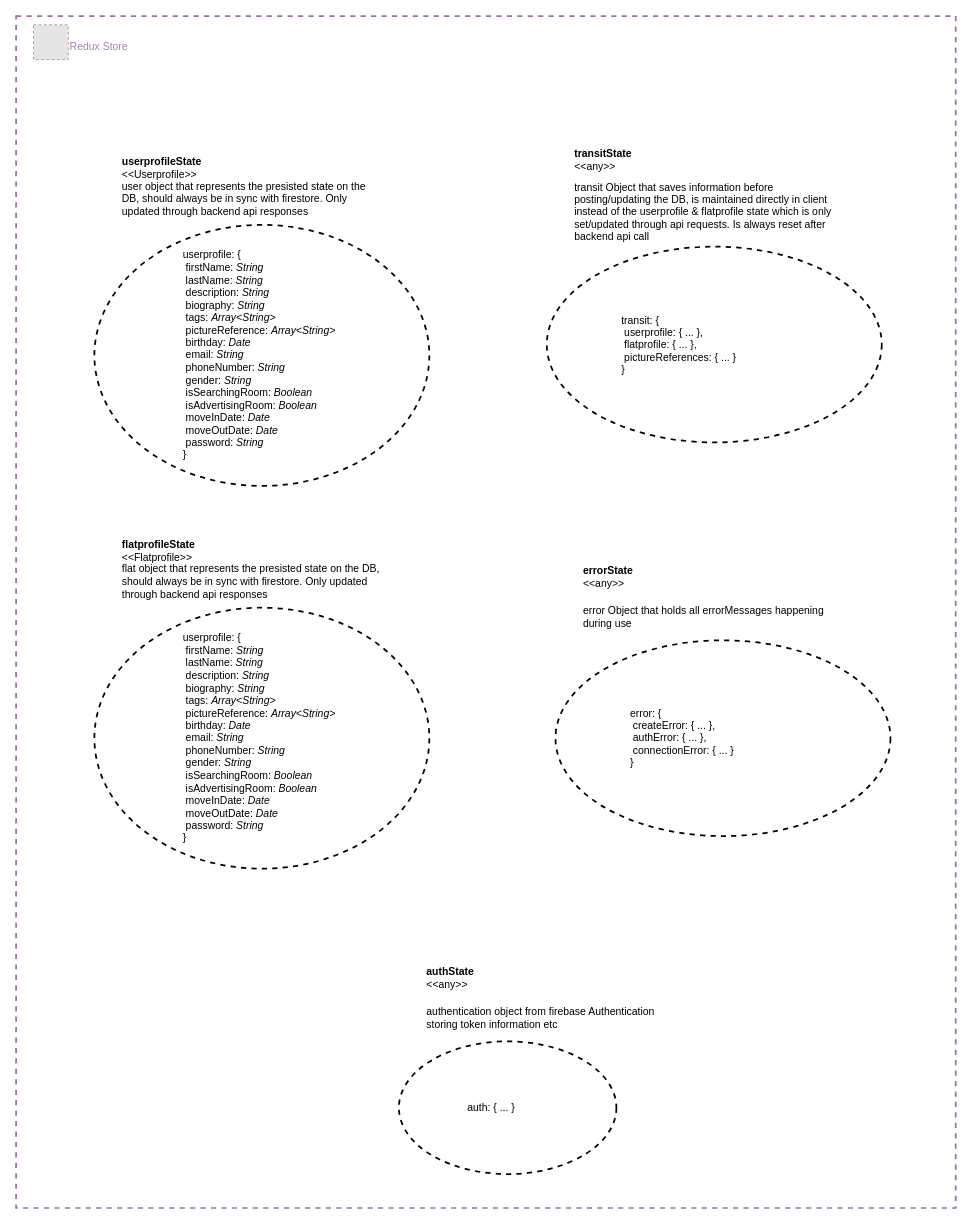
This is diagrams/reduxStore.drawio from sopra-fs22-group-21/roomeight, a draw.io file, before an edit. Source tidied: cells renumbered, new cells numbered last; positions are measured from the earlier drawing's top-left corner, leaving out a move shared by most shapes. Both pictures are drawn from the tidied source at 87%, with x=0, y=0 at pixel (16, 16). Pictures stored in the file or linked from it are replaced by grey dashed boxes.
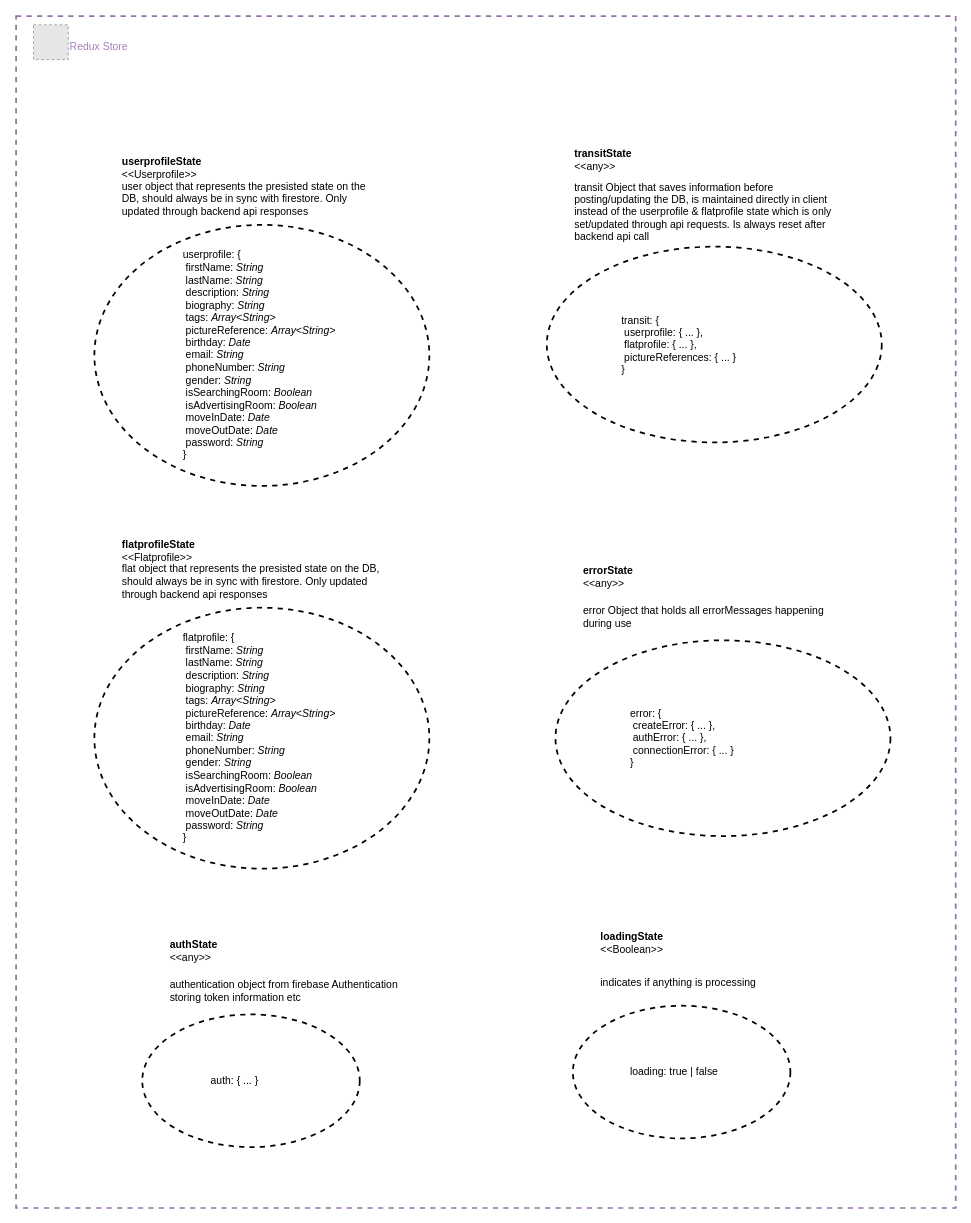
The same page after the edit.

The edit, as a diff of the source:
```diff
@@
-    <mxCell id="13" value="&lt;div align=&quot;left&quot;&gt;userprofile: {&lt;span&gt;&lt;/span&gt;&lt;br&gt;&lt;/div&gt;&lt;div align=&quot;left&quot;&gt;&lt;span style=&quot;white-space: pre&quot;&gt; &lt;/span&gt;firstName: &lt;i&gt;String&lt;/i&gt;&lt;/div&gt;&lt;div align=&quot;left&quot;&gt;&lt;span style=&quot;white-space: pre&quot;&gt; &lt;/span&gt;lastName: &lt;i&gt;String&lt;span&gt;&lt;/span&gt;&lt;/i&gt;&lt;br&gt;&lt;/div&gt;&lt;div align=&quot;left&quot;&gt;&lt;span style=&quot;white-space: pre&quot;&gt; &lt;/span&gt;description: &lt;i&gt;String&lt;/i&gt;&lt;/div&gt;&lt;div align=&quot;left&quot;&gt;&lt;span style=&quot;white-space: pre&quot;&gt; &lt;/span&gt;biography: &lt;i&gt;String&lt;/i&gt;&lt;/div&gt;&lt;div align=&quot;left&quot;&gt;&lt;span style=&quot;white-space: pre&quot;&gt; &lt;/span&gt;tags: &lt;i&gt;Array&amp;lt;String&amp;gt;&lt;/i&gt;&lt;/div&gt;&lt;div align=&quot;left&quot;&gt;&lt;span style=&quot;white-space: pre&quot;&gt; &lt;/span&gt;pictureReference: &lt;i&gt;Array&amp;lt;String&amp;gt;&lt;/i&gt;&lt;/div&gt;&lt;div align=&quot;left&quot;&gt;&lt;span style=&quot;white-space: pre&quot;&gt; &lt;/span&gt;birthday: &lt;i&gt;Date&lt;/i&gt;&lt;/div&gt;&lt;div align=&quot;left&quot;&gt;&lt;span style=&quot;white-space: pre&quot;&gt; &lt;/span&gt;email: &lt;i&gt;String&lt;/i&gt;&lt;/div&gt;&lt;div align=&quot;left&quot;&gt;&lt;span style=&quot;white-space: pre&quot;&gt; &lt;/span&gt;phoneNumber: &lt;i&gt;String&lt;/i&gt;&lt;/div&gt;&lt;div align=&quot;left&quot;&gt;&lt;span style=&quot;white-space: pre&quot;&gt; &lt;/span&gt;gender: &lt;i&gt;String&lt;/i&gt;&lt;/div&gt;&lt;div align=&quot;left&quot;&gt;&lt;span style=&quot;white-space: pre&quot;&gt; &lt;/span&gt;isSearchingRoom: &lt;i&gt;Boolean&lt;/i&gt;&lt;/div&gt;&lt;div align=&quot;left&quot;&gt;&lt;span style=&quot;white-space: pre&quot;&gt; &lt;/span&gt;isAdvertisingRoom: &lt;i&gt;Boolean&lt;/i&gt;&lt;/div&gt;&lt;div align=&quot;left&quot;&gt;&lt;span style=&quot;white-space: pre&quot;&gt; &lt;/span&gt;moveInDate: &lt;i&gt;Date&lt;/i&gt;&lt;/div&gt;&lt;div align=&quot;left&quot;&gt;&lt;span style=&quot;white-space: pre&quot;&gt; &lt;/span&gt;moveOutDate: &lt;i&gt;Date&lt;/i&gt;&lt;/div&gt;&lt;div align=&quot;left&quot;&gt;&lt;span style=&quot;white-space: pre&quot;&gt; &lt;/span&gt;password: &lt;i&gt;String&lt;/i&gt;&lt;br&gt;&lt;/div&gt;&lt;div align=&quot;left&quot;&gt;}&lt;/div&gt;" style="text;html=1;strokeColor=none;fillColor=none;align=left;verticalAlign=middle;whiteSpace=wrap;rounded=0;dashed=1;fontColor=#000000;" parent="1" vertex="1">
+    <mxCell id="13" value="&lt;div align=&quot;left&quot;&gt;flatprofile: {&lt;span&gt;&lt;/span&gt;&lt;br&gt;&lt;/div&gt;&lt;div align=&quot;left&quot;&gt;&lt;span style=&quot;white-space: pre&quot;&gt; &lt;/span&gt;firstName: &lt;i&gt;String&lt;/i&gt;&lt;/div&gt;&lt;div align=&quot;left&quot;&gt;&lt;span style=&quot;white-space: pre&quot;&gt; &lt;/span&gt;lastName: &lt;i&gt;String&lt;span&gt;&lt;/span&gt;&lt;/i&gt;&lt;br&gt;&lt;/div&gt;&lt;div align=&quot;left&quot;&gt;&lt;span style=&quot;white-space: pre&quot;&gt; &lt;/span&gt;description: &lt;i&gt;String&lt;/i&gt;&lt;/div&gt;&lt;div align=&quot;left&quot;&gt;&lt;span style=&quot;white-space: pre&quot;&gt; &lt;/span&gt;biography: &lt;i&gt;String&lt;/i&gt;&lt;/div&gt;&lt;div align=&quot;left&quot;&gt;&lt;span style=&quot;white-space: pre&quot;&gt; &lt;/span&gt;tags: &lt;i&gt;Array&amp;lt;String&amp;gt;&lt;/i&gt;&lt;/div&gt;&lt;div align=&quot;left&quot;&gt;&lt;span style=&quot;white-space: pre&quot;&gt; &lt;/span&gt;pictureReference: &lt;i&gt;Array&amp;lt;String&amp;gt;&lt;/i&gt;&lt;/div&gt;&lt;div align=&quot;left&quot;&gt;&lt;span style=&quot;white-space: pre&quot;&gt; &lt;/span&gt;birthday: &lt;i&gt;Date&lt;/i&gt;&lt;/div&gt;&lt;div align=&quot;left&quot;&gt;&lt;span style=&quot;white-space: pre&quot;&gt; &lt;/span&gt;email: &lt;i&gt;String&lt;/i&gt;&lt;/div&gt;&lt;div align=&quot;left&quot;&gt;&lt;span style=&quot;white-space: pre&quot;&gt; &lt;/span&gt;phoneNumber: &lt;i&gt;String&lt;/i&gt;&lt;/div&gt;&lt;div align=&quot;left&quot;&gt;&lt;span style=&quot;white-space: pre&quot;&gt; &lt;/span&gt;gender: &lt;i&gt;String&lt;/i&gt;&lt;/div&gt;&lt;div align=&quot;left&quot;&gt;&lt;span style=&quot;white-space: pre&quot;&gt; &lt;/span&gt;isSearchingRoom: &lt;i&gt;Boolean&lt;/i&gt;&lt;/div&gt;&lt;div align=&quot;left&quot;&gt;&lt;span style=&quot;white-space: pre&quot;&gt; &lt;/span&gt;isAdvertisingRoom: &lt;i&gt;Boolean&lt;/i&gt;&lt;/div&gt;&lt;div align=&quot;left&quot;&gt;&lt;span style=&quot;white-space: pre&quot;&gt; &lt;/span&gt;moveInDate: &lt;i&gt;Date&lt;/i&gt;&lt;/div&gt;&lt;div align=&quot;left&quot;&gt;&lt;span style=&quot;white-space: pre&quot;&gt; &lt;/span&gt;moveOutDate: &lt;i&gt;Date&lt;/i&gt;&lt;/div&gt;&lt;div align=&quot;left&quot;&gt;&lt;span style=&quot;white-space: pre&quot;&gt; &lt;/span&gt;password: &lt;i&gt;String&lt;/i&gt;&lt;br&gt;&lt;/div&gt;&lt;div align=&quot;left&quot;&gt;}&lt;/div&gt;" style="text;html=1;strokeColor=none;fillColor=none;align=left;verticalAlign=middle;whiteSpace=wrap;rounded=0;dashed=1;fontColor=#000000;" parent="1" vertex="1">
       <mxGeometry x="190" y="680" width="220" height="300" as="geometry" />
     </mxCell>
@@
     <mxCell id="21" value="&lt;div align=&quot;left&quot;&gt;&lt;b&gt;authState&lt;/b&gt;&lt;/div&gt;&lt;div align=&quot;left&quot;&gt;&amp;lt;&amp;lt;any&amp;gt;&amp;gt;&lt;br&gt;&lt;/div&gt;" style="text;html=1;strokeColor=none;fillColor=none;align=left;verticalAlign=middle;whiteSpace=wrap;rounded=0;dashed=1;fontColor=#000000;" parent="1" vertex="1">
-      <mxGeometry x="470" y="1091" width="100" height="30" as="geometry" />
+      <mxGeometry x="175" y="1060" width="100" height="30" as="geometry" />
     </mxCell>
     <mxCell id="22" value="authentication object from firebase Authentication storing token information etc" style="text;html=1;strokeColor=none;fillColor=none;align=left;verticalAlign=middle;whiteSpace=wrap;rounded=0;dashed=1;fontColor=#000000;" parent="1" vertex="1">
-      <mxGeometry x="470" y="1121" width="300" height="62.5" as="geometry" />
+      <mxGeometry x="175" y="1090" width="300" height="62.5" as="geometry" />
     </mxCell>
     <mxCell id="23" style="ellipse;whiteSpace=wrap;html=1;dashed=1;fontColor=#A680B8;strokeWidth=2;fillColor=none;" parent="1" vertex="1">
-      <mxGeometry x="440" y="1178.5" width="250" height="152.5" as="geometry" />
+      <mxGeometry x="145" y="1147.5" width="250" height="152.5" as="geometry" />
     </mxCell>
     <mxCell id="24" value="&lt;div align=&quot;left&quot;&gt;auth: {&lt;span style=&quot;white-space: pre&quot;&gt; ... &lt;/span&gt;}&lt;/div&gt;" style="text;html=1;strokeColor=none;fillColor=none;align=left;verticalAlign=middle;whiteSpace=wrap;rounded=0;dashed=1;fontColor=#000000;" parent="1" vertex="1">
-      <mxGeometry x="517" y="1212.2" width="96" height="85" as="geometry" />
+      <mxGeometry x="222" y="1181.2" width="96" height="85" as="geometry" />
     </mxCell>
+    <mxCell id="25" value="&lt;div align=&quot;left&quot;&gt;&lt;b&gt;loadingState&lt;/b&gt;&lt;/div&gt;&lt;div align=&quot;left&quot;&gt;&amp;lt;&amp;lt;Boolean&amp;gt;&amp;gt;&lt;br&gt;&lt;/div&gt;" style="text;html=1;strokeColor=none;fillColor=none;align=left;verticalAlign=middle;whiteSpace=wrap;rounded=0;dashed=1;fontColor=#000000;" parent="1" vertex="1">
+      <mxGeometry x="670" y="1050" width="100" height="30" as="geometry" />
+    </mxCell>
+    <mxCell id="26" value="indicates if anything is processing" style="text;html=1;strokeColor=none;fillColor=none;align=left;verticalAlign=middle;whiteSpace=wrap;rounded=0;dashed=1;fontColor=#000000;" parent="1" vertex="1">
+      <mxGeometry x="670" y="1080" width="300" height="62.5" as="geometry" />
+    </mxCell>
+    <mxCell id="27" style="ellipse;whiteSpace=wrap;html=1;dashed=1;fontColor=#A680B8;strokeWidth=2;fillColor=none;" parent="1" vertex="1">
+      <mxGeometry x="640" y="1137.5" width="250" height="152.5" as="geometry" />
+    </mxCell>
+    <mxCell id="28" value="&lt;div align=&quot;left&quot;&gt;loading: true | false&lt;br&gt;&lt;/div&gt;" style="text;html=1;strokeColor=none;fillColor=none;align=left;verticalAlign=middle;whiteSpace=wrap;rounded=0;dashed=1;fontColor=#000000;" parent="1" vertex="1">
+      <mxGeometry x="703.5" y="1171.2" width="123" height="85" as="geometry" />
+    </mxCell>
```
